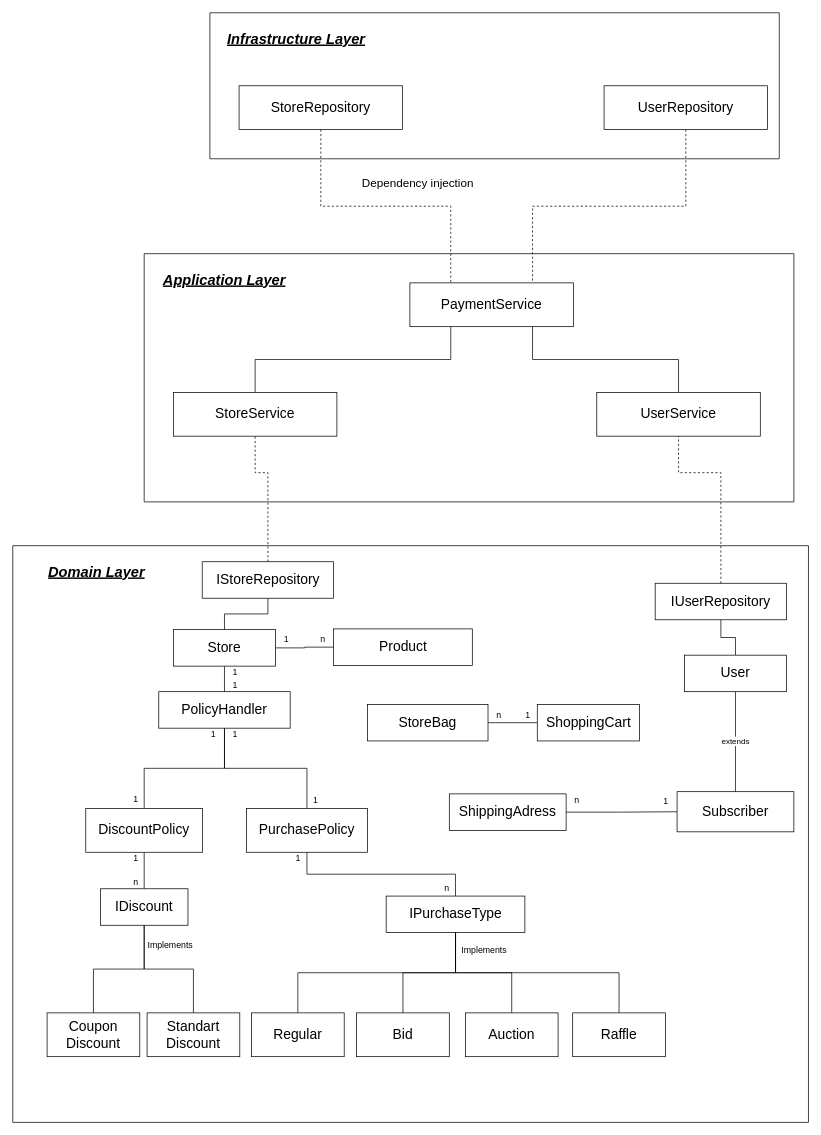
Before: Docs/System-Design.drawio in royhouber123/BGU-Market, a draw.io diagram. Source tidied: cells renumbered, new cells numbered last; positions are measured from the earlier drawing's top-left corner, leaving out a move shared by most shapes. Both pictures are drawn from the tidied source at 73%, with x=0, y=0 at pixel (12, 12).
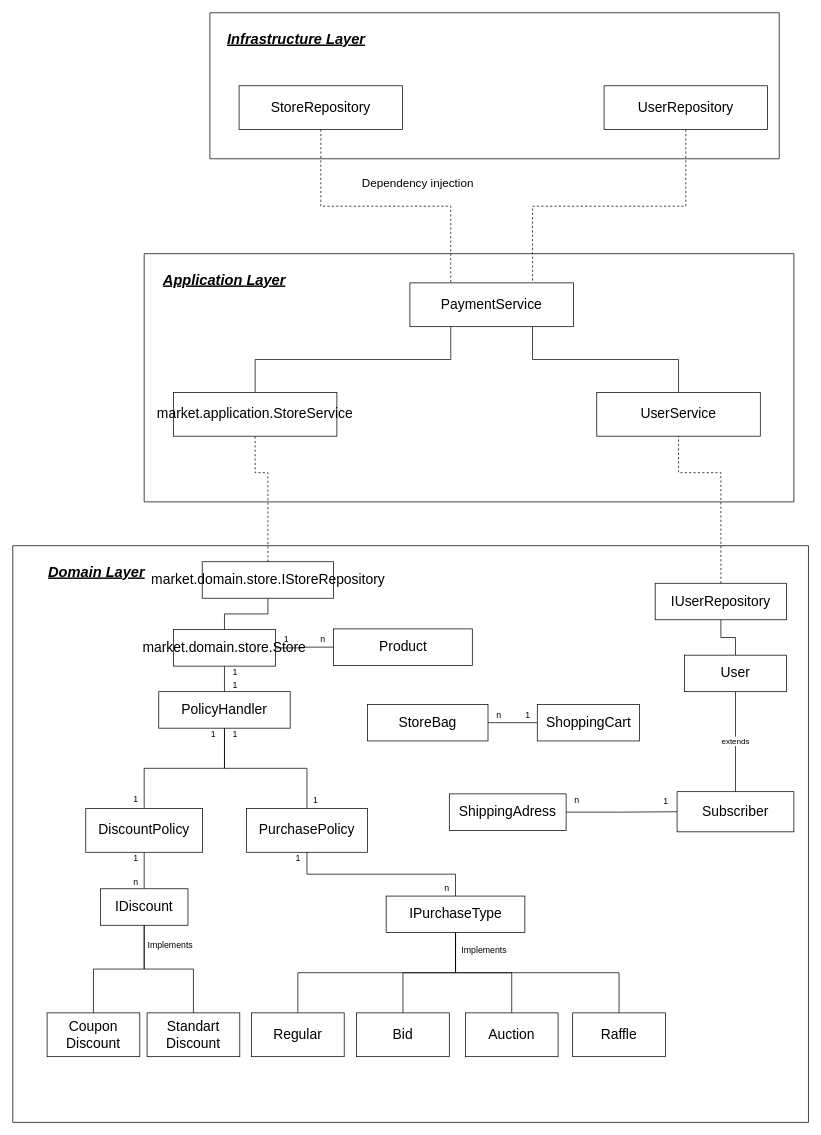
The same diagram, later.

Unchanged cells that the change refers to:
```xml
<mxCell id="2" style="swimlane;startSize=0;" parent="1" vertex="1">
  <mxGeometry y="730" width="1090" height="790" as="geometry" />
</mxCell>
<mxCell id="61" style="swimlane;startSize=0;" parent="1" vertex="1">
  <mxGeometry x="180" y="330" width="890" height="340" as="geometry" />
</mxCell>
```

Diff of the diagram source:
```diff
@@
-    <mxCell id="20" value="Store" style="rounded=0;whiteSpace=wrap;html=1;fontSize=19;" parent="2" vertex="1">
+    <mxCell id="20" value="market.domain.store.Store" style="rounded=0;whiteSpace=wrap;html=1;fontSize=19;" parent="2" vertex="1">
       <mxGeometry x="220" y="115" width="140" height="50" as="geometry" />
     </mxCell>
@@
-    <mxCell id="59" value="IStoreRepository" style="rounded=0;whiteSpace=wrap;html=1;fontSize=19;" parent="2" vertex="1">
+    <mxCell id="59" value="market.domain.store.IStoreRepository" style="rounded=0;whiteSpace=wrap;html=1;fontSize=19;" parent="2" vertex="1">
       <mxGeometry x="259.5" y="22" width="180" height="50" as="geometry" />
     </mxCell>
@@
-    <mxCell id="66" value="StoreService" style="rounded=0;whiteSpace=wrap;html=1;fontSize=19;" parent="61" vertex="1">
+    <mxCell id="66" value="market.application.StoreService" style="rounded=0;whiteSpace=wrap;html=1;fontSize=19;" parent="61" vertex="1">
       <mxGeometry x="40" y="190" width="224" height="60" as="geometry" />
     </mxCell>
```
